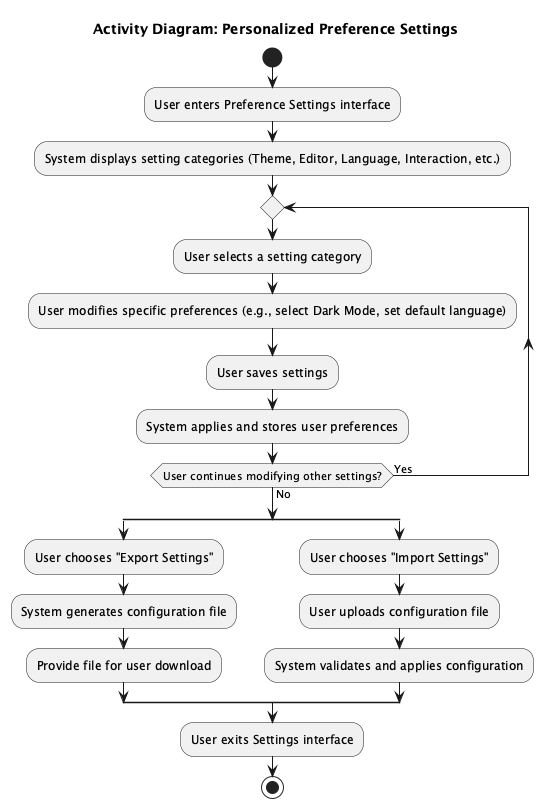
Before: latex/UML/Activity/Personalized-Preference-Settings.png, a diagram exported from PlantUML (stepbystepcode/CodeWay). Source of this version:
```plantuml
@startuml
title Activity Diagram: Personalized Preference Settings

start
:User enters Preference Settings interface;
:System displays setting categories (Theme, Editor, Language, Interaction, etc.);
repeat
  :User selects a setting category;
  :User modifies specific preferences (e.g., select Dark Mode, set default language);
  :User saves settings;
  :System applies and stores user preferences;
repeat while (User continues modifying other settings?) is (Yes) not (No)
split
 :User chooses "Export Settings";
 :System generates configuration file;
 :Provide file for user download;
split again
 :User chooses "Import Settings";
 :User uploads configuration file;
 :System validates and applies configuration;
endsplit
:User exits Settings interface;
stop

@enduml
```
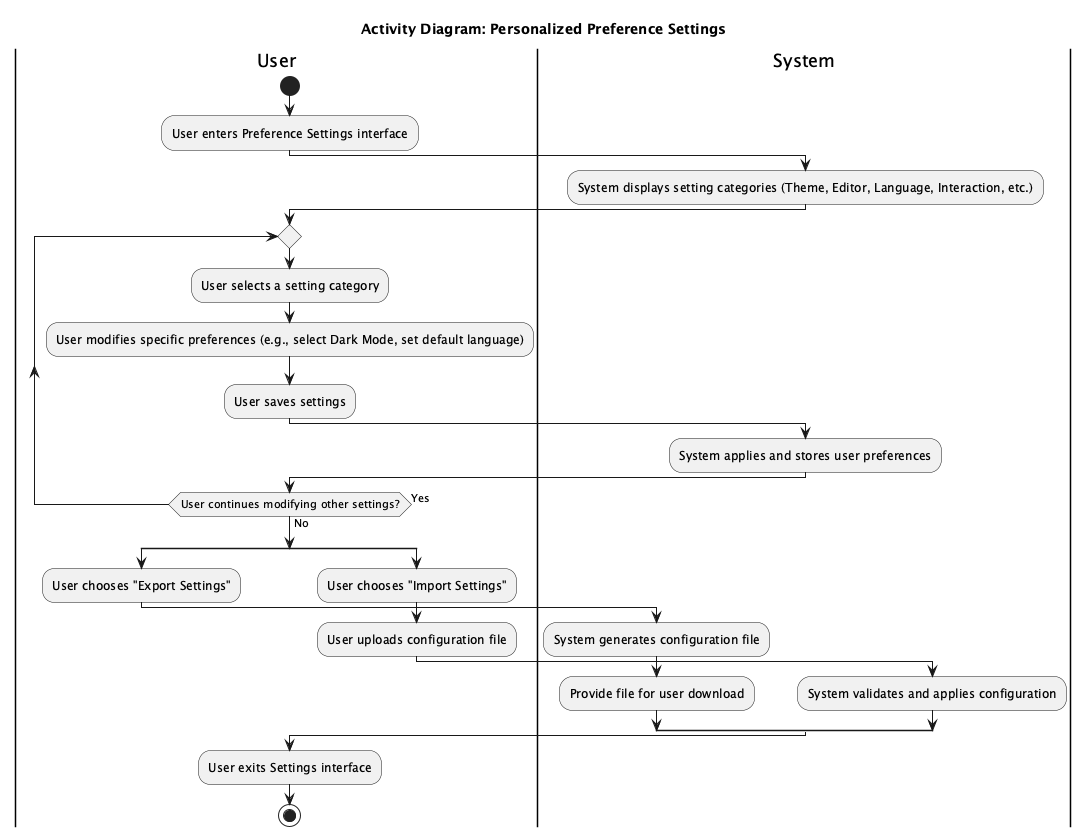
The same diagram one commit later.

The edit, as a diff of the source:
```diff
@@ -1,24 +1,41 @@
 @startuml
 title Activity Diagram: Personalized Preference Settings
 
+|User|
 start
 :User enters Preference Settings interface;
+
+|System|
 :System displays setting categories (Theme, Editor, Language, Interaction, etc.);
+
+|User|
 repeat
   :User selects a setting category;
   :User modifies specific preferences (e.g., select Dark Mode, set default language);
   :User saves settings;
+
+  |System|
   :System applies and stores user preferences;
+
+  |User|
 repeat while (User continues modifying other settings?) is (Yes) not (No)
 split
  :User chooses "Export Settings";
+
+ |System|
  :System generates configuration file;
  :Provide file for user download;
+
+|User|
 split again
  :User chooses "Import Settings";
  :User uploads configuration file;
+
+ |System|
  :System validates and applies configuration;
 endsplit
+
+|User|
 :User exits Settings interface;
 stop
 
```
